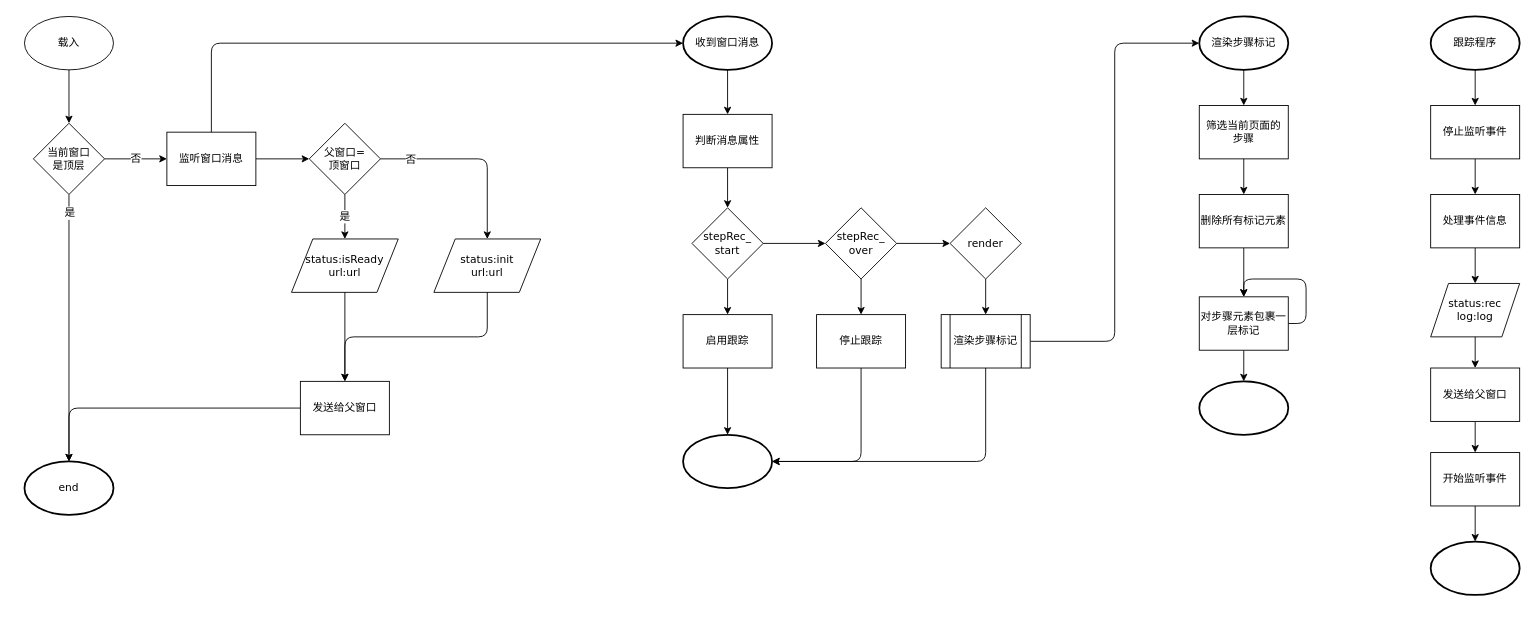
Before: page "monitor.js" (3 of 11) of design/sodar_design.drawio in onlyzlc/prototester, a draw.io diagram. Source tidied: cells renumbered, new cells numbered last; positions are measured from the earlier drawing's top-left corner, leaving out a move shared by most shapes. Both pictures are drawn from the tidied source at 89%, with x=0, y=0 at pixel (24, 16).
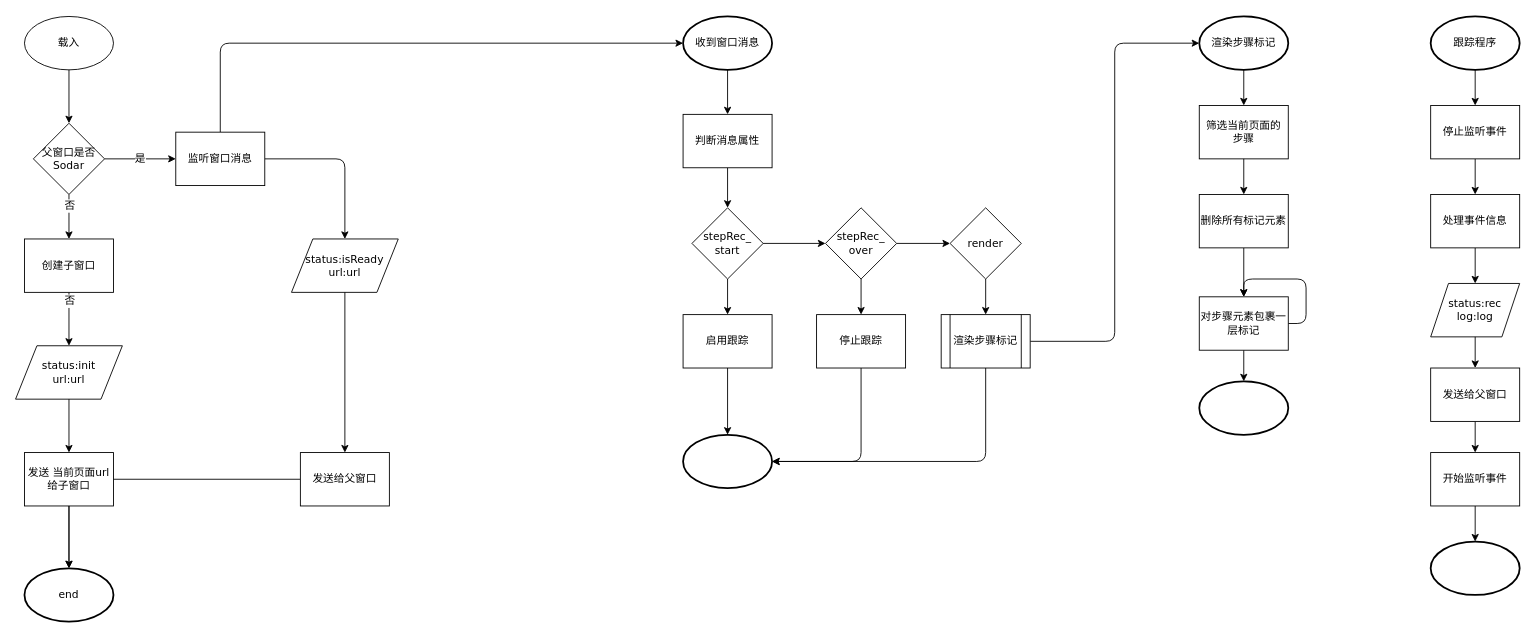
Above is the later version.

Unchanged cells that the change refers to:
```xml
<mxCell id="14" value="status:isReady&lt;br&gt;url:url" style="shape=parallelogram;perimeter=parallelogramPerimeter;whiteSpace=wrap;html=1;rounded=0;shadow=0;strokeWidth=1;fontFamily=Verdana;" parent="1" vertex="1">
  <mxGeometry x="300" y="250" width="120" height="60" as="geometry" />
</mxCell>
```

Diff of the diagram source:
```diff
@@
-    <mxCell id="3" style="edgeStyle=orthogonalEdgeStyle;jettySize=auto;html=1;entryX=0.5;entryY=0;entryDx=0;entryDy=0;entryPerimeter=0;" parent="1" edge="1" source="6" target="11">
+    <mxCell id="3" style="edgeStyle=orthogonalEdgeStyle;jettySize=auto;html=1;entryX=0.5;entryY=0;entryDx=0;entryDy=0;entryPerimeter=0;" parent="1" edge="1" source="68" target="11">
       <mxGeometry relative="1" as="geometry" />
     </mxCell>
-    <mxCell id="4" value="是" style="text;html=1;align=center;verticalAlign=middle;labelBackgroundColor=#ffffff;" parent="3" vertex="1">
-      <mxGeometry x="-0.93" y="4" relative="1" as="geometry">
-        <mxPoint x="-4" y="10" as="offset" />
-      </mxGeometry>
-    </mxCell>
-    <mxCell id="5" value="否" style="edgeStyle=orthogonalEdgeStyle;jettySize=auto;html=1;exitX=1;exitY=0.5;exitDx=0;exitDy=0;fontSize=12;" parent="1" edge="1" source="6" target="17">
+    <mxCell id="5" value="是" style="edgeStyle=orthogonalEdgeStyle;jettySize=auto;html=1;exitX=1;exitY=0.5;exitDx=0;exitDy=0;fontSize=12;" parent="1" edge="1" source="6" target="17">
       <mxGeometry relative="1" as="geometry" />
     </mxCell>
-    <mxCell id="6" value="当前窗口&lt;br&gt;是顶层" style="rhombus;whiteSpace=wrap;html=1;rounded=0;shadow=0;strokeWidth=1;fontFamily=Verdana;" parent="1" vertex="1">
+    <mxCell id="6" value="父窗口是否&lt;br&gt;Sodar" style="rhombus;whiteSpace=wrap;html=1;rounded=0;shadow=0;strokeWidth=1;fontFamily=Verdana;" parent="1" vertex="1">
       <mxGeometry x="10" y="120" width="80" height="80" as="geometry" />
     </mxCell>
-    <mxCell id="7" style="edgeStyle=orthogonalEdgeStyle;jettySize=auto;html=1;exitX=1;exitY=0.5;exitDx=0;exitDy=0;entryX=0.5;entryY=0;entryDx=0;entryDy=0;fontSize=12;" parent="1" edge="1" source="9" target="18">
+    <mxCell id="7" style="edgeStyle=orthogonalEdgeStyle;jettySize=auto;html=1;exitX=0.5;exitY=1;exitDx=0;exitDy=0;entryX=0.5;entryY=0;entryDx=0;entryDy=0;fontSize=12;" parent="1" edge="1" source="65" target="18">
       <mxGeometry relative="1" as="geometry" />
     </mxCell>
@@
-    <mxCell id="9" value="父窗口=&lt;br&gt;顶窗口" style="rhombus;whiteSpace=wrap;html=1;rounded=0;shadow=0;strokeWidth=1;fontFamily=Verdana;" parent="1" vertex="1">
-      <mxGeometry x="320" y="120" width="80" height="80" as="geometry" />
-    </mxCell>
-    <mxCell id="10" value="是" style="edgeStyle=orthogonalEdgeStyle;rounded=1;jettySize=auto;html=1;fontFamily=Verdana;fontSize=12;exitX=0.5;exitY=1;exitDx=0;exitDy=0;entryX=0.5;entryY=0;entryDx=0;entryDy=0;" parent="1" edge="1" source="9" target="14">
-      <mxGeometry relative="1" as="geometry" />
-    </mxCell>
     <mxCell id="11" value="end" style="strokeWidth=2;html=1;shape=mxgraph.flowchart.start_1;whiteSpace=wrap;rounded=0;shadow=0;fontFamily=Verdana;" parent="1" vertex="1">
-      <mxGeometry y="500" width="100" height="60" as="geometry" />
+      <mxGeometry y="620" width="100" height="60" as="geometry" />
     </mxCell>
@@
-    <mxCell id="15" style="edgeStyle=orthogonalEdgeStyle;jettySize=auto;html=1;entryX=0;entryY=0.5;entryDx=0;entryDy=0;fontSize=12;" parent="1" edge="1" source="17" target="9">
+    <mxCell id="15" style="edgeStyle=orthogonalEdgeStyle;jettySize=auto;html=1;fontSize=12;" parent="1" edge="1" source="17" target="14">
       <mxGeometry relative="1" as="geometry" />
     </mxCell>
@@
     <mxCell id="17" value="监听窗口消息" style="rounded=0;whiteSpace=wrap;html=1;shadow=0;labelBackgroundColor=none;strokeWidth=1;fontFamily=Verdana;fontSize=12;align=center;" parent="1" vertex="1">
-      <mxGeometry x="160" y="130" width="100" height="60" as="geometry" />
+      <mxGeometry x="170" y="130" width="100" height="60" as="geometry" />
     </mxCell>
     <mxCell id="18" value="status:init&lt;br&gt;url:url" style="shape=parallelogram;perimeter=parallelogramPerimeter;whiteSpace=wrap;html=1;rounded=0;shadow=0;strokeWidth=1;fontFamily=Verdana;" parent="1" vertex="1">
-      <mxGeometry x="460" y="250" width="120" height="60" as="geometry" />
+      <mxGeometry x="-10" y="370" width="120" height="60" as="geometry" />
     </mxCell>
@@
     <mxCell id="61" value="发送给父窗口" style="rounded=0;whiteSpace=wrap;html=1;shadow=0;labelBackgroundColor=none;strokeWidth=1;fontFamily=Verdana;fontSize=12;align=center;" parent="1" vertex="1">
-      <mxGeometry x="310" y="410" width="100" height="60" as="geometry" />
+      <mxGeometry x="310" y="490" width="100" height="60" as="geometry" />
     </mxCell>
@@
-    <mxCell id="63" style="edgeStyle=orthogonalEdgeStyle;jettySize=auto;html=1;exitX=0.5;exitY=1;exitDx=0;exitDy=0;fontSize=12;" parent="1" edge="1" source="18" target="61">
+    <mxCell id="63" style="edgeStyle=orthogonalEdgeStyle;jettySize=auto;html=1;exitX=0.5;exitY=1;exitDx=0;exitDy=0;fontSize=12;" parent="1" edge="1" source="18" target="68">
       <mxGeometry relative="1" as="geometry" />
     </mxCell>
@@
+    <mxCell id="65" value="创建子窗口" style="rounded=0;whiteSpace=wrap;html=1;shadow=0;labelBackgroundColor=none;strokeWidth=1;fontFamily=Verdana;fontSize=12;align=center;" parent="1" vertex="1">
+      <mxGeometry y="250" width="100" height="60" as="geometry" />
+    </mxCell>
+    <mxCell id="66" style="edgeStyle=orthogonalEdgeStyle;jettySize=auto;html=1;entryX=0.5;entryY=0;entryDx=0;entryDy=0;entryPerimeter=0;" parent="1" edge="1" source="6" target="65">
+      <mxGeometry relative="1" as="geometry" />
+    </mxCell>
+    <mxCell id="67" value="否" style="text;html=1;align=center;verticalAlign=middle;labelBackgroundColor=#ffffff;" parent="66" vertex="1">
+      <mxGeometry x="-0.93" y="4" relative="1" as="geometry">
+        <mxPoint x="-4" y="10" as="offset" />
+      </mxGeometry>
+    </mxCell>
+    <mxCell id="68" value="发送 当前页面url 给子窗口" style="rounded=0;whiteSpace=wrap;html=1;shadow=0;labelBackgroundColor=none;strokeWidth=1;fontFamily=Verdana;fontSize=12;align=center;" parent="1" vertex="1">
+      <mxGeometry y="490" width="100" height="60" as="geometry" />
+    </mxCell>
```
